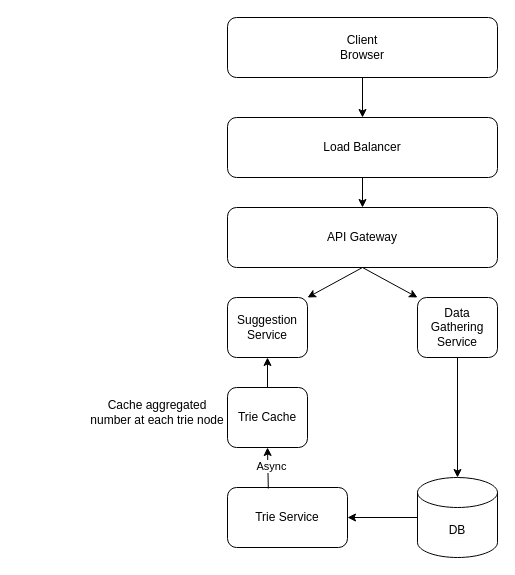
xwq172677170/SysdDiagram keeps this draw.io diagram as 11_SearchAutoComplete.drawio. Above is the earlier version. Source tidied: cells renumbered, new cells numbered last; positions are measured from the earlier drawing's top-left corner, leaving out a move shared by most shapes. Both pictures are drawn from the tidied source at 100%, with x=0, y=0 at pixel (87, 17).
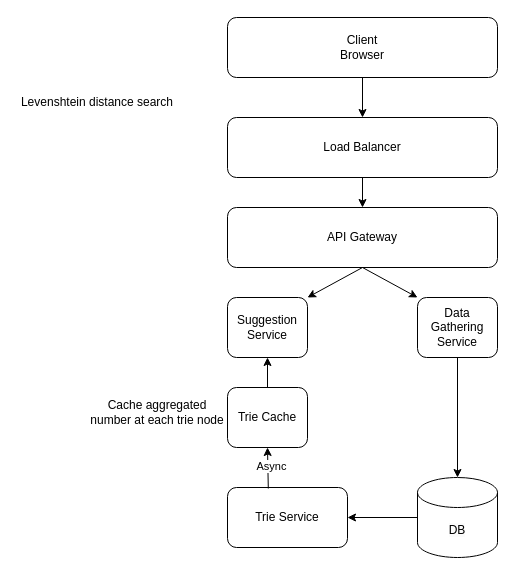
The same diagram, later.

What changed in the source:
```diff
@@
+    <mxCell id="20" value="Levenshtein distance search" style="text;html=1;strokeColor=none;fillColor=none;align=center;verticalAlign=middle;whiteSpace=wrap;rounded=0;" parent="1" vertex="1">
+      <mxGeometry x="-70" y="70" width="160" height="30" as="geometry" />
+    </mxCell>
```
